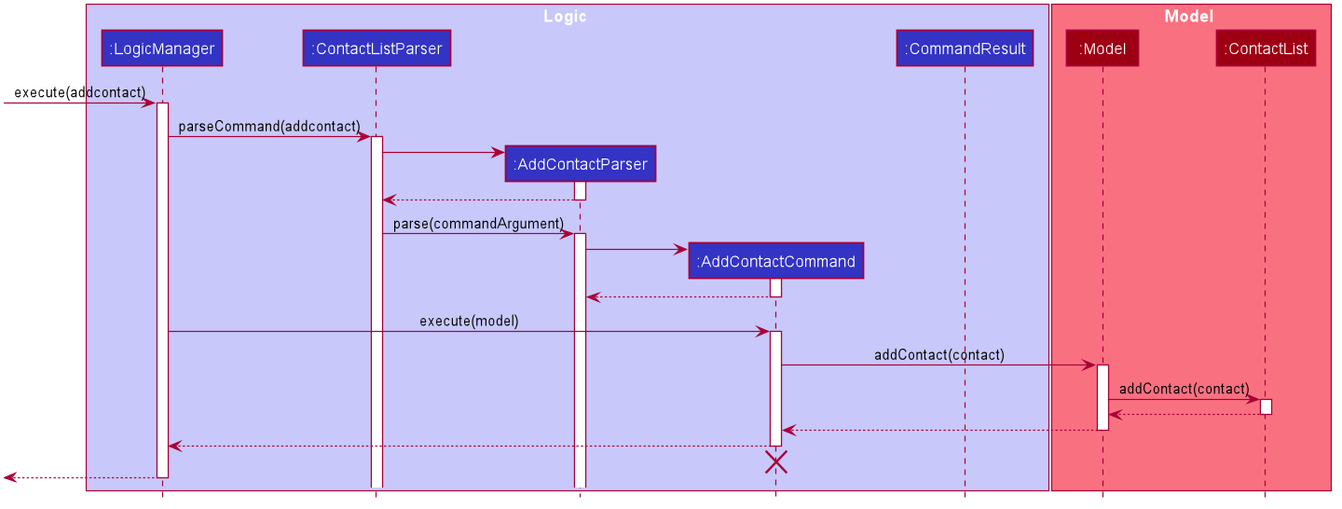
The PlantUML diagram docs/images/Contact/AddContactSequenceDiagram.png in nus-cs2103-AY2021S1/tp, before a commit.
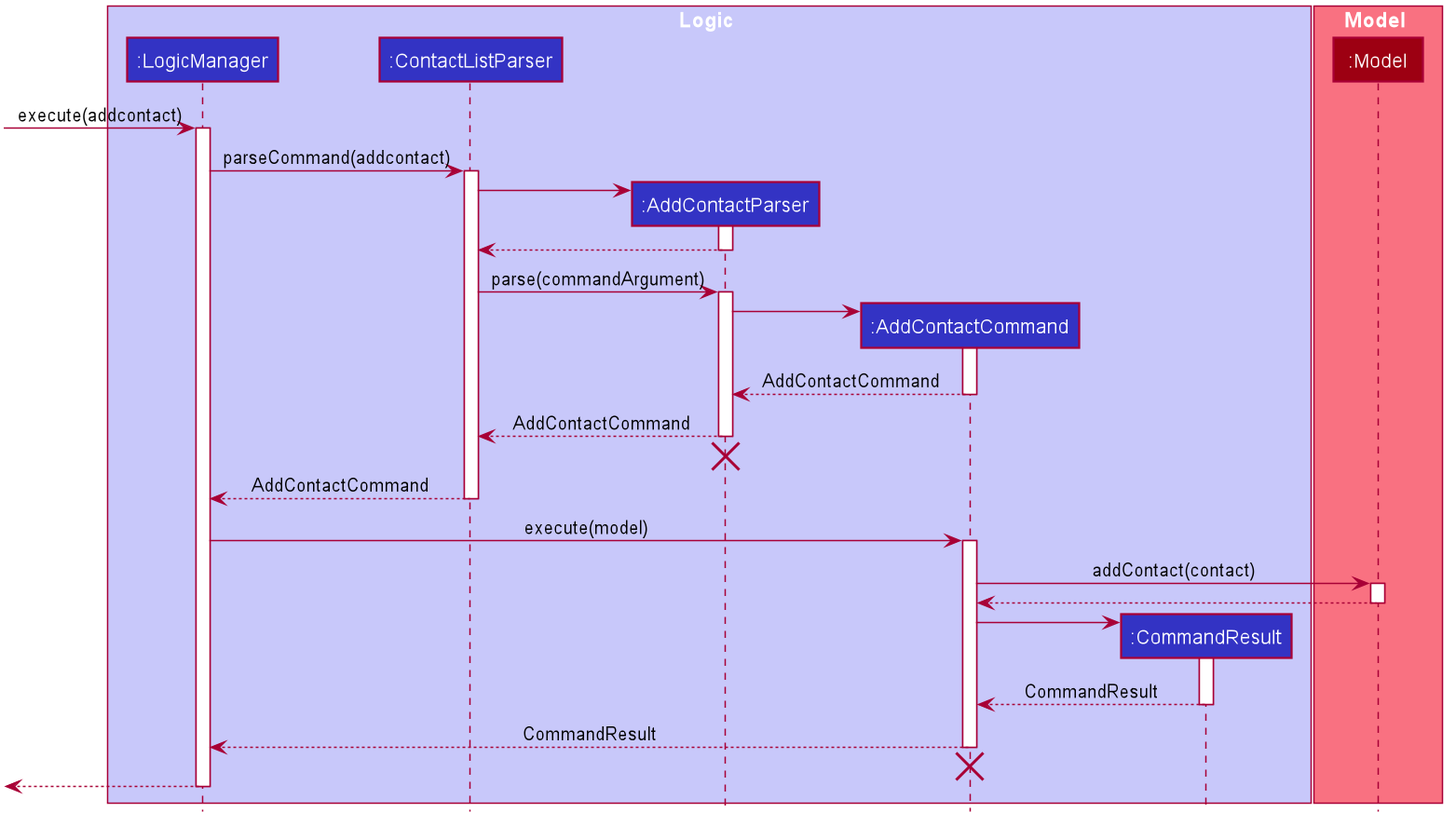
The same diagram one commit later.

Commit message:
Update developer guide with Contact list details of implementation

The edit, as a diff of the source:
```diff
@@ -58,7 +58,6 @@
 
 box Model #F97181
 participant ":Model" as Model #9D0012
-participant ":ContactList" as ContactList #9D0012
 end box
 
 [-> LogicManager : execute(addcontact)
@@ -81,8 +80,17 @@
 AddContactParser -> AddContactCommand
 activate AddContactCommand
 
-AddContactCommand --> AddContactParser
+AddContactCommand --> AddContactParser: AddContactCommand
 deactivate AddContactCommand
+
+AddContactParser --> ContactListParser: AddContactCommand
+deactivate AddContactParser
+
+AddContactParser -[hidden]-> AddContactCommand
+destroy AddContactParser
+
+ContactListParser --> LogicManager: AddContactCommand
+deactivate ContactListParser
 
 LogicManager -> AddContactCommand : execute(model)
 activate AddContactCommand
@@ -90,16 +98,17 @@
 AddContactCommand -> Model : addContact(contact)
 activate Model
 
-Model -> ContactList : addContact(contact)
-activate ContactList
-
-ContactList --> Model
-deactivate ContactList
-
 Model --> AddContactCommand
 deactivate Model
 
-AddContactCommand --> LogicManager
+create CommandResult
+AddContactCommand -> CommandResult
+activate CommandResult
+
+CommandResult --> AddContactCommand: CommandResult
+deactivate CommandResult
+
+AddContactCommand --> LogicManager: CommandResult
 deactivate AddContactCommand
 
 AddContactCommand -[hidden]-> LogicManager
```
